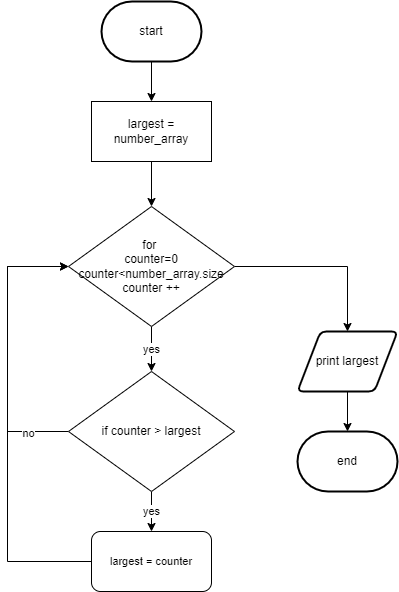
Earlier version of the draw.io export flow.png (devin-jhu/ICS3U-Unit6-02-Python). Source tidied: cells renumbered, new cells last; positions are measured from the earlier drawing's top-left corner, leaving out a move shared by most shapes.
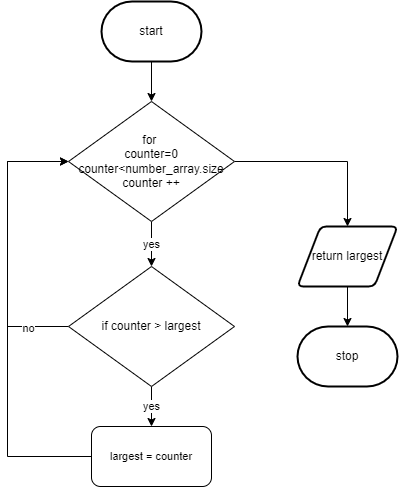
Later version of the same file.

The edit, as a diff of the source:
```diff
@@ -2,7 +2,7 @@
   <root>
     <mxCell id="0" />
     <mxCell id="1" parent="0" />
-    <mxCell id="2" value="end" style="strokeWidth=2;html=1;shape=mxgraph.flowchart.terminator;whiteSpace=wrap;" parent="1" vertex="1">
+    <mxCell id="2" value="stop" style="strokeWidth=2;html=1;shape=mxgraph.flowchart.terminator;whiteSpace=wrap;" parent="1" vertex="1">
       <mxGeometry x="290" y="430" width="100" height="60" as="geometry" />
     </mxCell>
     <mxCell id="3" value="yes" style="edgeStyle=orthogonalEdgeStyle;shape=connector;rounded=0;html=1;exitX=0.5;exitY=1;exitDx=0;exitDy=0;entryX=0.5;entryY=0;entryDx=0;entryDy=0;labelBackgroundColor=default;fontFamily=Helvetica;fontSize=11;fontColor=default;endArrow=classic;strokeColor=default;" parent="1" edge="1" source="5">
@@ -16,22 +16,16 @@
     <mxCell id="5" value="for&amp;nbsp;&lt;br&gt;counter=0&lt;br&gt;counter&amp;lt;number_array.size&lt;br&gt;counter ++" style="rhombus;whiteSpace=wrap;html=1;" parent="1" vertex="1">
       <mxGeometry x="61" y="205" width="166" height="120" as="geometry" />
     </mxCell>
-    <mxCell id="6" style="edgeStyle=orthogonalEdgeStyle;shape=connector;rounded=0;html=1;exitX=0.5;exitY=1;exitDx=0;exitDy=0;exitPerimeter=0;entryX=0.5;entryY=0;entryDx=0;entryDy=0;labelBackgroundColor=default;fontFamily=Helvetica;fontSize=11;fontColor=default;endArrow=classic;strokeColor=default;" parent="1" edge="1" source="7" target="9">
-      <mxGeometry relative="1" as="geometry" />
-    </mxCell>
+    <mxCell id="18" style="edgeStyle=none;html=1;exitX=0.5;exitY=1;exitDx=0;exitDy=0;exitPerimeter=0;entryX=0.5;entryY=0;entryDx=0;entryDy=0;" parent="1" edge="1" source="7" target="5">
+      <mxGeometry relative="1" as="geometry" />
+    </mxCell>
     <mxCell id="7" value="start" style="strokeWidth=2;html=1;shape=mxgraph.flowchart.terminator;whiteSpace=wrap;" parent="1" vertex="1">
-      <mxGeometry x="94" width="100" height="60" as="geometry" />
+      <mxGeometry x="94" y="105" width="100" height="60" as="geometry" />
     </mxCell>
-    <mxCell id="8" style="edgeStyle=orthogonalEdgeStyle;shape=connector;rounded=0;html=1;exitX=0.5;exitY=1;exitDx=0;exitDy=0;entryX=0.5;entryY=0;entryDx=0;entryDy=0;labelBackgroundColor=default;fontFamily=Helvetica;fontSize=11;fontColor=default;endArrow=classic;strokeColor=default;" parent="1" edge="1" source="9" target="5">
-      <mxGeometry relative="1" as="geometry" />
-    </mxCell>
-    <mxCell id="9" value="largest = number_array" style="rounded=0;whiteSpace=wrap;html=1;" parent="1" vertex="1">
-      <mxGeometry x="84" y="100" width="120" height="60" as="geometry" />
-    </mxCell>
     <mxCell id="10" style="edgeStyle=orthogonalEdgeStyle;shape=connector;rounded=0;html=1;exitX=0.5;exitY=1;exitDx=0;exitDy=0;entryX=0.5;entryY=0;entryDx=0;entryDy=0;entryPerimeter=0;labelBackgroundColor=default;fontFamily=Helvetica;fontSize=11;fontColor=default;endArrow=classic;strokeColor=default;" parent="1" edge="1" source="11" target="2">
       <mxGeometry relative="1" as="geometry" />
     </mxCell>
-    <mxCell id="11" value="print largest" style="shape=parallelogram;html=1;strokeWidth=2;perimeter=parallelogramPerimeter;whiteSpace=wrap;rounded=1;arcSize=12;size=0.23;" parent="1" vertex="1">
+    <mxCell id="11" value="return largest" style="shape=parallelogram;html=1;strokeWidth=2;perimeter=parallelogramPerimeter;whiteSpace=wrap;rounded=1;arcSize=12;size=0.23;" parent="1" vertex="1">
       <mxGeometry x="290" y="330" width="100" height="60" as="geometry" />
     </mxCell>
     <mxCell id="12" style="edgeStyle=orthogonalEdgeStyle;shape=connector;rounded=0;html=1;exitX=0;exitY=0.5;exitDx=0;exitDy=0;entryX=0;entryY=0.5;entryDx=0;entryDy=0;labelBackgroundColor=default;fontFamily=Helvetica;fontSize=11;fontColor=default;endArrow=classic;strokeColor=default;" parent="1" edge="1" source="15" target="5">
```
